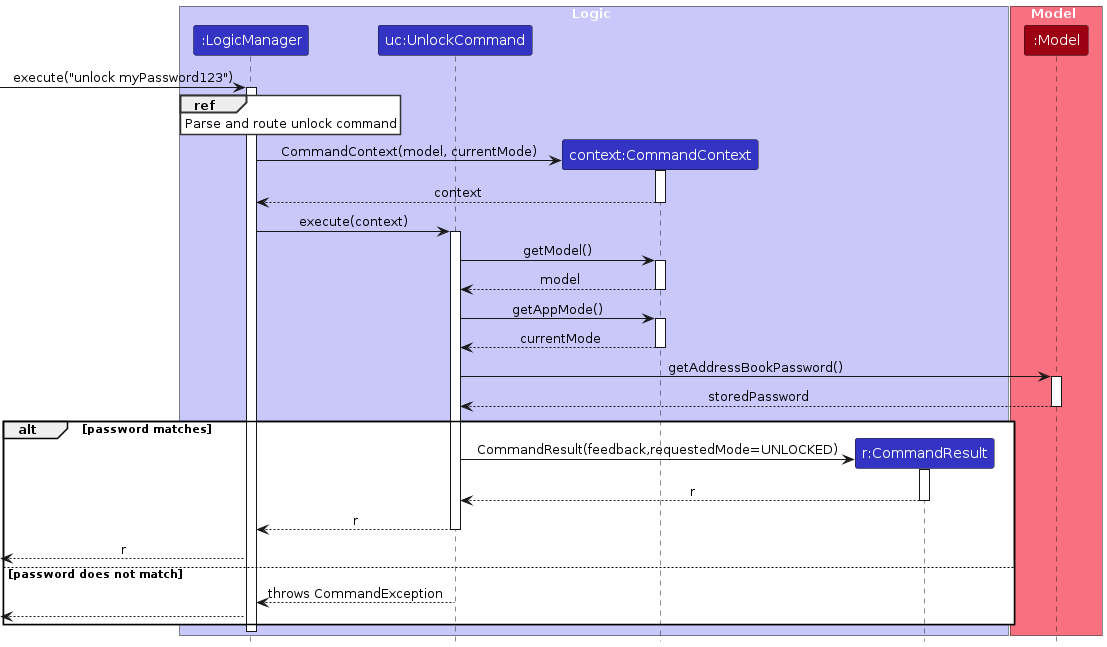
This is diagrams/UnlockSequenceDiagram.png from AY2526S2-CS2103T-T15-2/tp, a PlantUML export, as it was before one commit. Its source is kept beside it as diagrams/UnlockSequenceDiagram.puml.
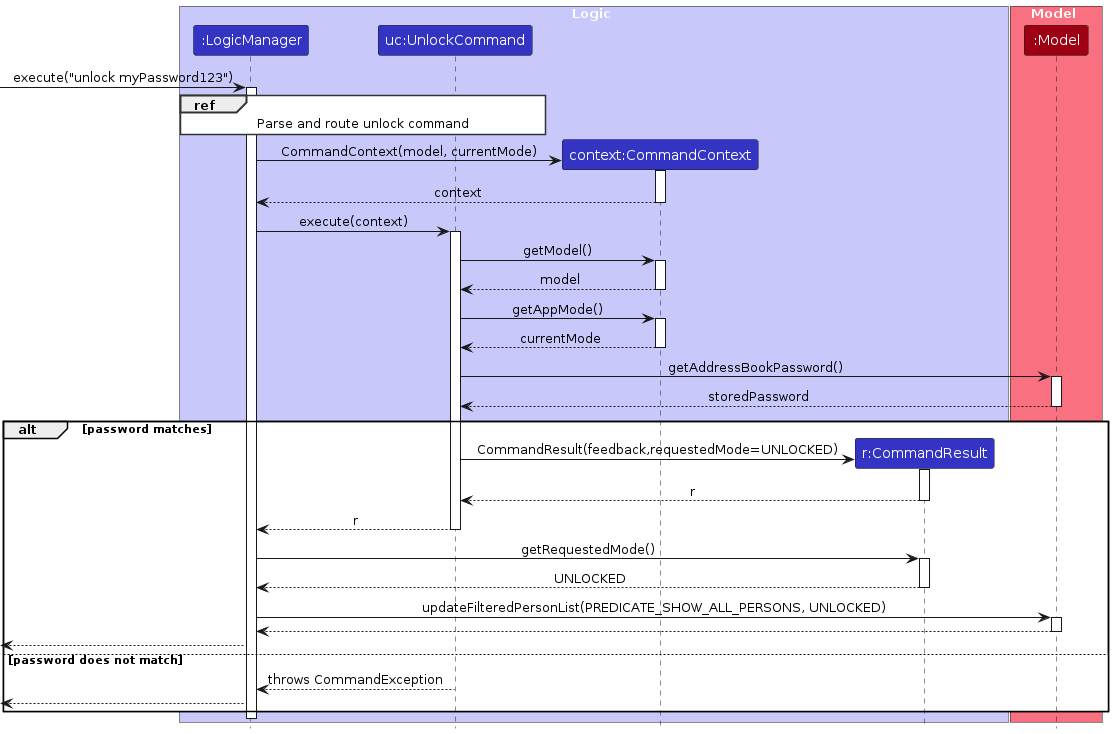
The same file after the commit.

The edit, as a diff of the source:
```diff
@@ -20,7 +20,7 @@
 [-> LogicManager : execute("unlock myPassword123")
 activate LogicManager
 
-ref over LogicManager
+ref over LogicManager, UnlockCommand
 Parse and route unlock command
 end ref
 
@@ -57,7 +57,17 @@
     UnlockCommand --> LogicManager : r
     deactivate UnlockCommand
 
-    [<-- LogicManager : r
+    LogicManager -> CommandResult : getRequestedMode()
+    activate CommandResult
+    CommandResult --> LogicManager : UNLOCKED
+    deactivate CommandResult
+
+    LogicManager -> Model : updateFilteredPersonList(PREDICATE_SHOW_ALL_PERSONS, UNLOCKED)
+    activate Model
+    Model --> LogicManager
+    deactivate Model
+
+    [<-- LogicManager
 else password does not match
     UnlockCommand --> LogicManager : throws CommandException
     deactivate UnlockCommand
```
